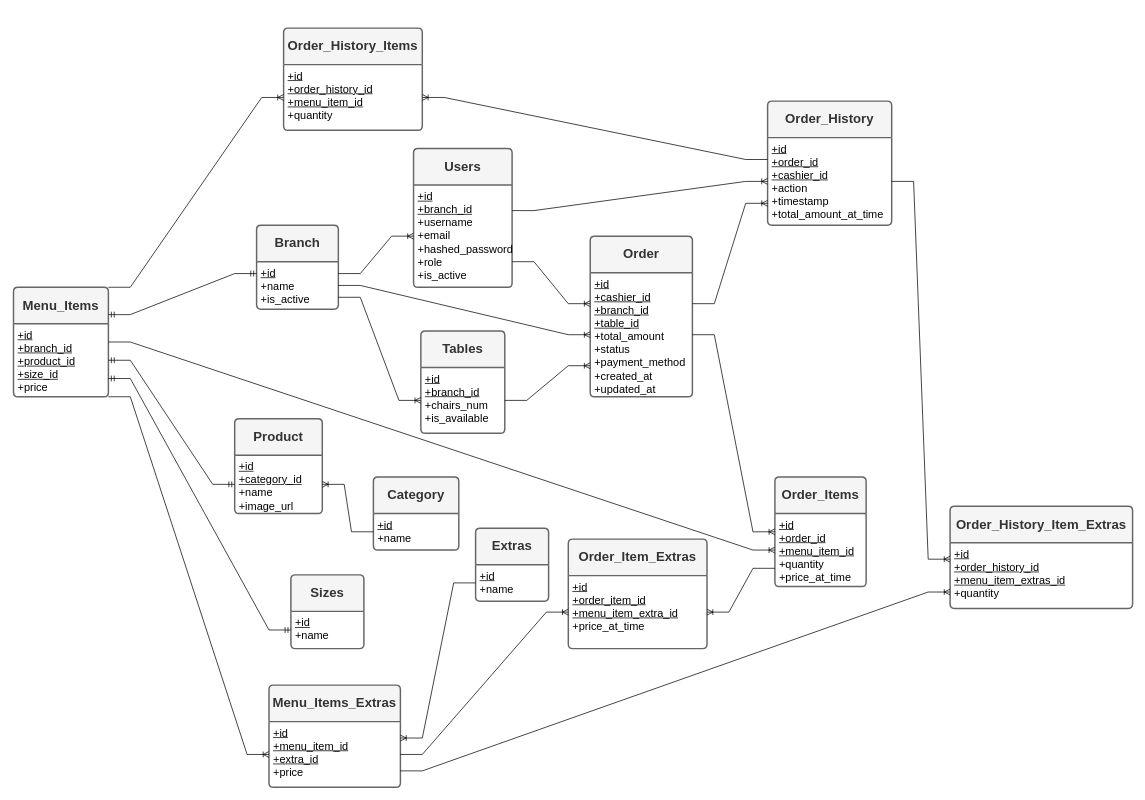
Earlier version of the draw.io diagram server/docs/Untitled Diagram.drawio (RamyJamea/gwsh). Source tidied: cells renumbered, new cells numbered last; positions are measured from the earlier drawing's top-left corner, leaving out a move shared by most shapes. Both pictures are drawn from the tidied source at 73%, with x=0, y=0 at pixel (13, 28).
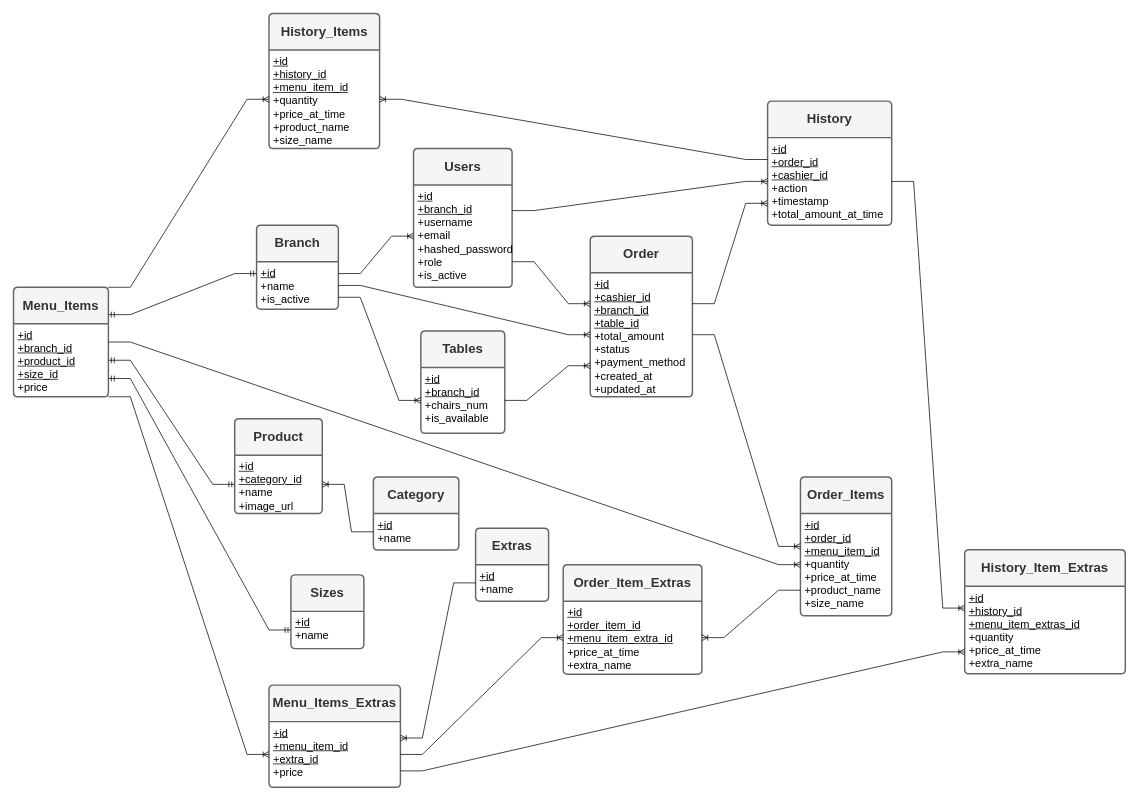
The same diagram, later.

Commit message (it also covers changes not shown here):
refact (db): add product, extra, size names to live and passive orders

Diff of the diagram source:
```diff
@@
     <mxCell id="8" value="&lt;font style=&quot;font-size: 18px;&quot;&gt;&lt;b&gt;Order_Items&lt;/b&gt;&lt;/font&gt;" style="swimlane;horizontal=1;startSize=50;rounded=1;fontSize=14;fontStyle=0;strokeWidth=2;shadow=0;dashed=0;align=center;arcSize=4;whiteSpace=wrap;html=1;fillColor=#f5f5f5;fontColor=#333333;strokeColor=#666666;" parent="1" vertex="1">
-      <mxGeometry x="1043" y="615" width="125" height="150" as="geometry" />
+      <mxGeometry x="1078" y="615" width="125" height="190" as="geometry" />
     </mxCell>
-    <mxCell id="9" value="&lt;font style=&quot;font-size: 15px;&quot;&gt;&lt;u&gt;+id&lt;br&gt;+order_id&lt;/u&gt;&lt;/font&gt;&lt;div&gt;&lt;font style=&quot;font-size: 15px;&quot;&gt;&lt;u&gt;+menu_item_id&lt;br&gt;&lt;/u&gt;&lt;/font&gt;&lt;div&gt;&lt;font style=&quot;font-size: 15px;&quot;&gt;+quantity&lt;/font&gt;&lt;/div&gt;&lt;div&gt;&lt;font style=&quot;font-size: 15px;&quot;&gt;+price_at_time&lt;/font&gt;&lt;/div&gt;&lt;/div&gt;" style="align=left;strokeColor=none;fillColor=none;spacingLeft=4;spacingRight=4;fontSize=12;verticalAlign=top;html=1;whiteSpace=wrap;" parent="8" vertex="1">
-      <mxGeometry y="50" width="125" height="100" as="geometry" />
+    <mxCell id="9" value="&lt;font style=&quot;font-size: 15px;&quot;&gt;&lt;u&gt;+id&lt;br&gt;+order_id&lt;/u&gt;&lt;/font&gt;&lt;div&gt;&lt;font style=&quot;font-size: 15px;&quot;&gt;&lt;u&gt;+menu_item_id&lt;br&gt;&lt;/u&gt;&lt;/font&gt;&lt;div&gt;&lt;font style=&quot;font-size: 15px;&quot;&gt;+quantity&lt;/font&gt;&lt;/div&gt;&lt;div&gt;&lt;font style=&quot;font-size: 15px;&quot;&gt;+price_at_time&lt;/font&gt;&lt;/div&gt;&lt;/div&gt;&lt;div&gt;&lt;font style=&quot;font-size: 15px;&quot;&gt;+product_name&lt;/font&gt;&lt;/div&gt;&lt;div&gt;&lt;font style=&quot;font-size: 15px;&quot;&gt;+size_name&lt;/font&gt;&lt;/div&gt;" style="align=left;strokeColor=none;fillColor=none;spacingLeft=4;spacingRight=4;fontSize=12;verticalAlign=top;html=1;whiteSpace=wrap;" parent="8" vertex="1">
+      <mxGeometry y="50" width="125" height="140" as="geometry" />
     </mxCell>
@@
-    <mxCell id="28" value="&lt;font style=&quot;font-size: 18px;&quot;&gt;&lt;b&gt;Order_History&lt;/b&gt;&lt;/font&gt;" style="swimlane;horizontal=1;startSize=50;rounded=1;fontSize=14;fontStyle=0;strokeWidth=2;shadow=0;dashed=0;align=center;arcSize=4;whiteSpace=wrap;html=1;fillColor=#f5f5f5;fontColor=#333333;strokeColor=#666666;" parent="1" vertex="1">
+    <mxCell id="28" value="&lt;font style=&quot;font-size: 18px;&quot;&gt;&lt;b&gt;History&lt;/b&gt;&lt;/font&gt;" style="swimlane;horizontal=1;startSize=50;rounded=1;fontSize=14;fontStyle=0;strokeWidth=2;shadow=0;dashed=0;align=center;arcSize=4;whiteSpace=wrap;html=1;fillColor=#f5f5f5;fontColor=#333333;strokeColor=#666666;" parent="1" vertex="1">
       <mxGeometry x="1033" y="100" width="170" height="170" as="geometry" />
     </mxCell>
@@
     <mxCell id="32" value="&lt;font style=&quot;font-size: 18px;&quot;&gt;&lt;b&gt;Order_Item_Extras&lt;/b&gt;&lt;/font&gt;" style="swimlane;horizontal=1;startSize=50;rounded=1;fontSize=14;fontStyle=0;strokeWidth=2;shadow=0;dashed=0;align=center;arcSize=4;whiteSpace=wrap;html=1;fillColor=#f5f5f5;fontColor=#333333;strokeColor=#666666;" parent="1" vertex="1">
-      <mxGeometry x="760" y="700" width="190" height="150" as="geometry" />
+      <mxGeometry x="753" y="735" width="190" height="150" as="geometry" />
     </mxCell>
-    <mxCell id="33" value="&lt;font style=&quot;font-size: 15px;&quot;&gt;&lt;u&gt;+id&lt;br&gt;+order_item_id&lt;/u&gt;&lt;/font&gt;&lt;div&gt;&lt;font style=&quot;font-size: 15px;&quot;&gt;&lt;u&gt;+menu_item_extra_id&lt;/u&gt;&lt;/font&gt;&lt;div&gt;&lt;font style=&quot;font-size: 15px;&quot;&gt;+price_at_time&lt;/font&gt;&lt;/div&gt;&lt;/div&gt;" style="align=left;strokeColor=none;fillColor=none;spacingLeft=4;spacingRight=4;fontSize=12;verticalAlign=top;html=1;whiteSpace=wrap;" parent="32" vertex="1">
+    <mxCell id="33" value="&lt;font style=&quot;font-size: 15px;&quot;&gt;&lt;u&gt;+id&lt;br&gt;+order_item_id&lt;/u&gt;&lt;/font&gt;&lt;div&gt;&lt;font style=&quot;font-size: 15px;&quot;&gt;&lt;u&gt;+menu_item_extra_id&lt;/u&gt;&lt;/font&gt;&lt;div&gt;&lt;font style=&quot;font-size: 15px;&quot;&gt;+price_at_time&lt;/font&gt;&lt;/div&gt;&lt;/div&gt;&lt;div&gt;&lt;font style=&quot;font-size: 15px;&quot;&gt;+extra_name&lt;/font&gt;&lt;/div&gt;" style="align=left;strokeColor=none;fillColor=none;spacingLeft=4;spacingRight=4;fontSize=12;verticalAlign=top;html=1;whiteSpace=wrap;" parent="32" vertex="1">
       <mxGeometry y="50" width="190" height="100" as="geometry" />
     </mxCell>
@@
-    <mxCell id="40" value="&lt;font style=&quot;font-size: 18px;&quot;&gt;&lt;b&gt;Order_History_Items&lt;/b&gt;&lt;/font&gt;" style="swimlane;horizontal=1;startSize=50;rounded=1;fontSize=14;fontStyle=0;strokeWidth=2;shadow=0;dashed=0;align=center;arcSize=4;whiteSpace=wrap;html=1;fillColor=#f5f5f5;fontColor=#333333;strokeColor=#666666;" parent="1" vertex="1">
-      <mxGeometry x="370" width="190" height="140" as="geometry" />
+    <mxCell id="40" value="&lt;font style=&quot;font-size: 18px;&quot;&gt;&lt;b&gt;History_Items&lt;/b&gt;&lt;/font&gt;" style="swimlane;horizontal=1;startSize=50;rounded=1;fontSize=14;fontStyle=0;strokeWidth=2;shadow=0;dashed=0;align=center;arcSize=4;whiteSpace=wrap;html=1;fillColor=#f5f5f5;fontColor=#333333;strokeColor=#666666;" parent="1" vertex="1">
+      <mxGeometry x="350" y="-20" width="151.5" height="185" as="geometry" />
     </mxCell>
-    <mxCell id="41" value="&lt;font style=&quot;font-size: 15px;&quot;&gt;&lt;u&gt;+id&lt;br&gt;+order_history_id&lt;br&gt;+menu_item_id&lt;/u&gt;&lt;/font&gt;&lt;div&gt;&lt;font style=&quot;font-size: 15px;&quot;&gt;+quantity&lt;/font&gt;&lt;/div&gt;" style="align=left;strokeColor=none;fillColor=none;spacingLeft=4;spacingRight=4;fontSize=12;verticalAlign=top;html=1;whiteSpace=wrap;" parent="40" vertex="1">
-      <mxGeometry y="50" width="190" height="90" as="geometry" />
+    <mxCell id="41" value="&lt;font style=&quot;font-size: 15px;&quot;&gt;&lt;u&gt;+id&lt;br&gt;+history_id&lt;br&gt;+menu_item_id&lt;/u&gt;&lt;/font&gt;&lt;div&gt;&lt;font style=&quot;font-size: 15px;&quot;&gt;+quantity&lt;/font&gt;&lt;/div&gt;&lt;div&gt;&lt;font style=&quot;font-size: 15px;&quot;&gt;+price_at_time&lt;/font&gt;&lt;/div&gt;&lt;div&gt;&lt;font style=&quot;font-size: 15px;&quot;&gt;+product_name&lt;/font&gt;&lt;/div&gt;&lt;div&gt;&lt;font style=&quot;font-size: 15px;&quot;&gt;+size_name&lt;/font&gt;&lt;/div&gt;" style="align=left;strokeColor=none;fillColor=none;spacingLeft=4;spacingRight=4;fontSize=12;verticalAlign=top;html=1;whiteSpace=wrap;" parent="40" vertex="1">
+      <mxGeometry y="50" width="151.5" height="135" as="geometry" />
     </mxCell>
@@
-    <mxCell id="44" value="&lt;font style=&quot;font-size: 18px;&quot;&gt;&lt;b&gt;Order_History_Item_Extras&lt;/b&gt;&lt;/font&gt;" style="swimlane;horizontal=1;startSize=50;rounded=1;fontSize=14;fontStyle=0;strokeWidth=2;shadow=0;dashed=0;align=center;arcSize=4;whiteSpace=wrap;html=1;fillColor=#f5f5f5;fontColor=#333333;strokeColor=#666666;" parent="1" vertex="1">
-      <mxGeometry x="1283" y="655" width="250" height="140" as="geometry" />
+    <mxCell id="44" value="&lt;font style=&quot;font-size: 18px;&quot;&gt;&lt;b&gt;History_Item_Extras&lt;/b&gt;&lt;/font&gt;" style="swimlane;horizontal=1;startSize=50;rounded=1;fontSize=14;fontStyle=0;strokeWidth=2;shadow=0;dashed=0;align=center;arcSize=4;whiteSpace=wrap;html=1;fillColor=#f5f5f5;fontColor=#333333;strokeColor=#666666;" parent="1" vertex="1">
+      <mxGeometry x="1303" y="714.5" width="220" height="170" as="geometry" />
     </mxCell>
-    <mxCell id="45" value="&lt;font style=&quot;font-size: 15px;&quot;&gt;&lt;u&gt;+id&lt;br&gt;+order_history_id&lt;br&gt;+menu_item_extras_id&lt;/u&gt;&lt;/font&gt;&lt;div&gt;&lt;font style=&quot;font-size: 15px;&quot;&gt;+quantity&lt;/font&gt;&lt;/div&gt;" style="align=left;strokeColor=none;fillColor=none;spacingLeft=4;spacingRight=4;fontSize=12;verticalAlign=top;html=1;whiteSpace=wrap;" parent="44" vertex="1">
-      <mxGeometry y="50" width="250" height="90" as="geometry" />
+    <mxCell id="45" value="&lt;font style=&quot;font-size: 15px;&quot;&gt;&lt;u&gt;+id&lt;br&gt;+history_id&lt;br&gt;+menu_item_extras_id&lt;/u&gt;&lt;/font&gt;&lt;div&gt;&lt;font style=&quot;font-size: 15px;&quot;&gt;+quantity&lt;/font&gt;&lt;/div&gt;&lt;div&gt;&lt;font style=&quot;font-size: 15px;&quot;&gt;+price_at_time&lt;/font&gt;&lt;/div&gt;&lt;div&gt;&lt;font style=&quot;font-size: 15px;&quot;&gt;+extra_name&lt;/font&gt;&lt;/div&gt;" style="align=left;strokeColor=none;fillColor=none;spacingLeft=4;spacingRight=4;fontSize=12;verticalAlign=top;html=1;whiteSpace=wrap;" parent="44" vertex="1">
+      <mxGeometry y="50" width="220" height="120" as="geometry" />
     </mxCell>
```
